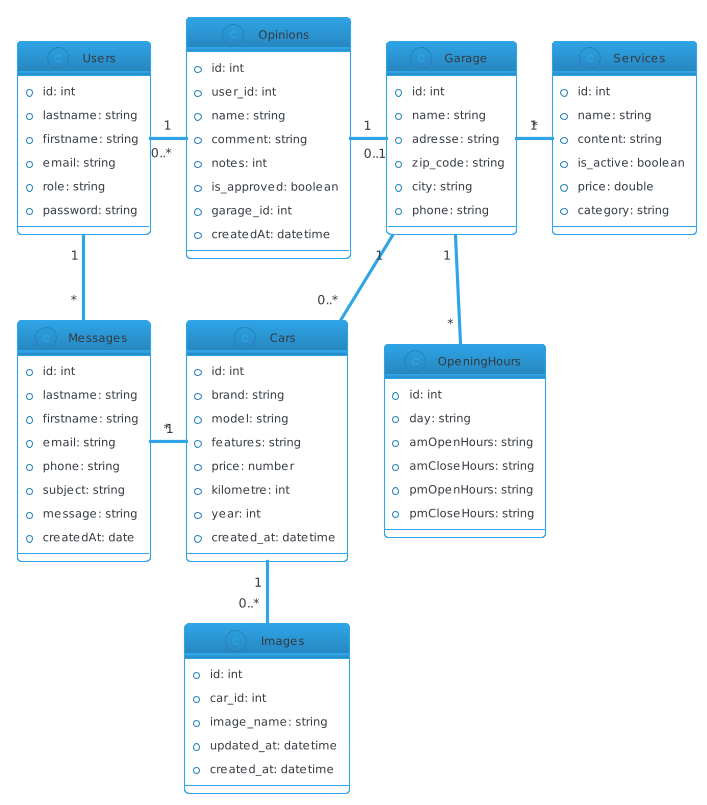
Before: diagrammes/diagramClass.png, a diagram exported from PlantUML (gahette/garage_automobile). Source of this version:
```plantuml
@startuml
skinparam backgroundColor #FFFFFF
!theme cerulean-outline

class Garage {
    +id: int
    +name: string
    +adresse: string
    +zip_code: string
    +city: string
    +phone: string
}

class Cars {
    +id: int
    +brand: string
    +model: string
    +features: string
    +price: number
    +kilometre: int
    +year: int
    +created_at: datetime
}

class Images {
    +id: int
    +car_id: int
    +image_name: string
    +updated_at: datetime
    +created_at: datetime
}

class Users {
    +id: int
    +lastname: string
    +firstname: string
    +email: string
    +role: string
    +password: string
}

class Messages {
    +id: int
    +lastname: string
    +firstname: string
    +email: string
    +phone: string
    +subject: string
    +message: string
    +createdAt: date
}

class Opinions {
    +id: int
    +user_id: int
    +name: string
    +comment: string
    +notes: int
    +is_approved: boolean
    +garage_id: int
    +createdAt: datetime
}

class Services {
    +id: int
    +name: string
    +content: string
    +is_active: boolean
    +price: double
    +category: string
}

class OpeningHours {
    +id: int
    +day: string
    +amOpenHours: string
    +amCloseHours: string
    +pmOpenHours: string
    +pmCloseHours: string
}

Garage "1" -- "0..*" Cars
Cars "1" -- "0..*" Images
Messages "*" - "1" Cars
Users "1" - "0..*" Opinions
Users "1" -- "*" Messages
Opinions "1" - "0..1" Garage
Garage "1" - "*" Services
Garage "1" -- "*" OpeningHours
@enduml
```
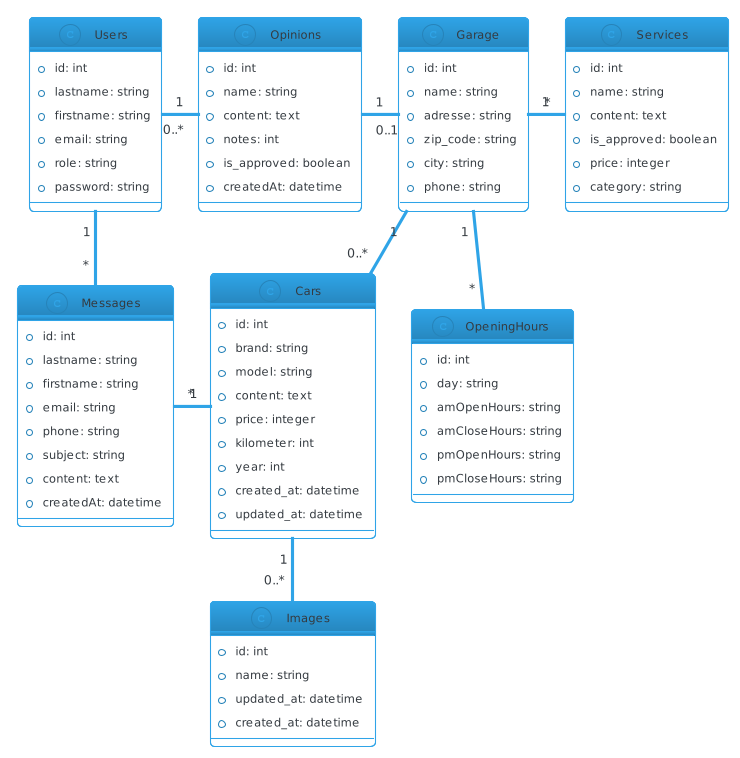
Later version of the same file.

Diff of the diagram source:
```diff
@@ -15,17 +15,17 @@
     +id: int
     +brand: string
     +model: string
-    +features: string
-    +price: number
-    +kilometre: int
+    +content: text
+    +price: integer
+    +kilometer: int
     +year: int
     +created_at: datetime
+    +updated_at: datetime
 }
 
 class Images {
     +id: int
-    +car_id: int
-    +image_name: string
+    +name: string
     +updated_at: datetime
     +created_at: datetime
 }
@@ -46,27 +46,25 @@
     +email: string
     +phone: string
     +subject: string
-    +message: string
-    +createdAt: date
+    +content: text
+    +createdAt: datetime
 }
 
 class Opinions {
     +id: int
-    +user_id: int
     +name: string
-    +comment: string
+    +content: text
     +notes: int
     +is_approved: boolean
-    +garage_id: int
     +createdAt: datetime
 }
 
 class Services {
     +id: int
     +name: string
-    +content: string
-    +is_active: boolean
-    +price: double
+    +content: text
+    +is_approved: boolean
+    +price: integer
     +category: string
 }
 
```
